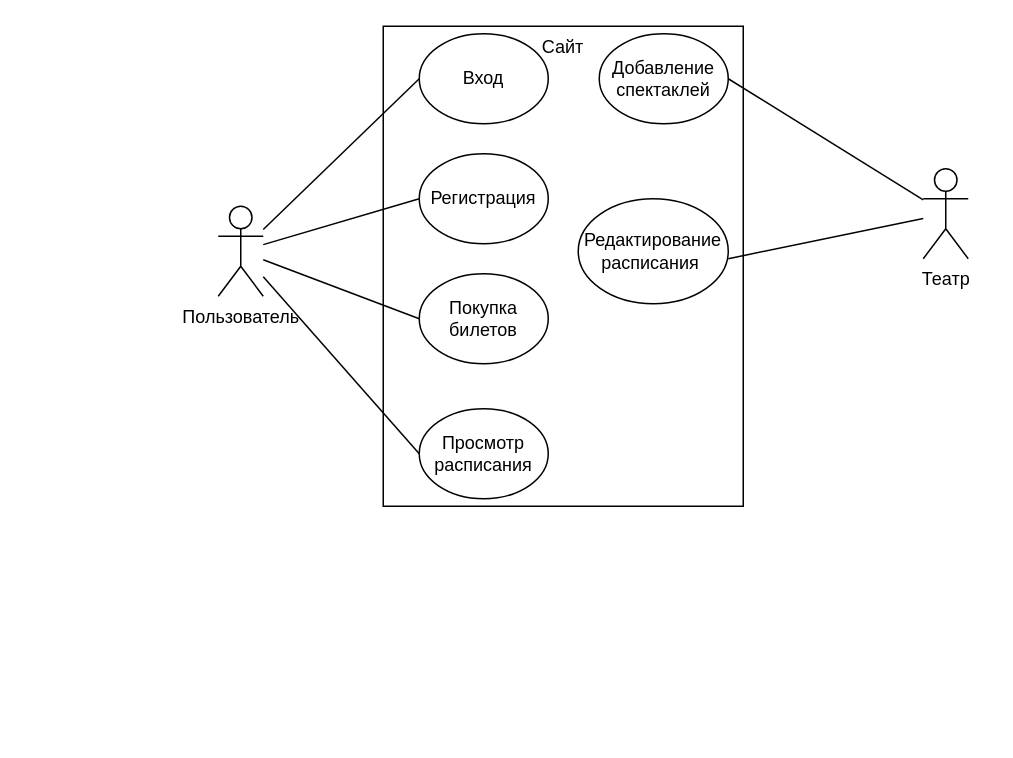
The draw.io diagram src/pract1/User_case.drawio in yarosshest/MIREA-AnalysisOfSystems, before the edit. Source tidied: cells renumbered, new cells numbered last; positions are measured from the earlier drawing's top-left corner, leaving out a move shared by most shapes. Both pictures are drawn from the tidied source at 150%, with x=0, y=0 at pixel (218, 26).
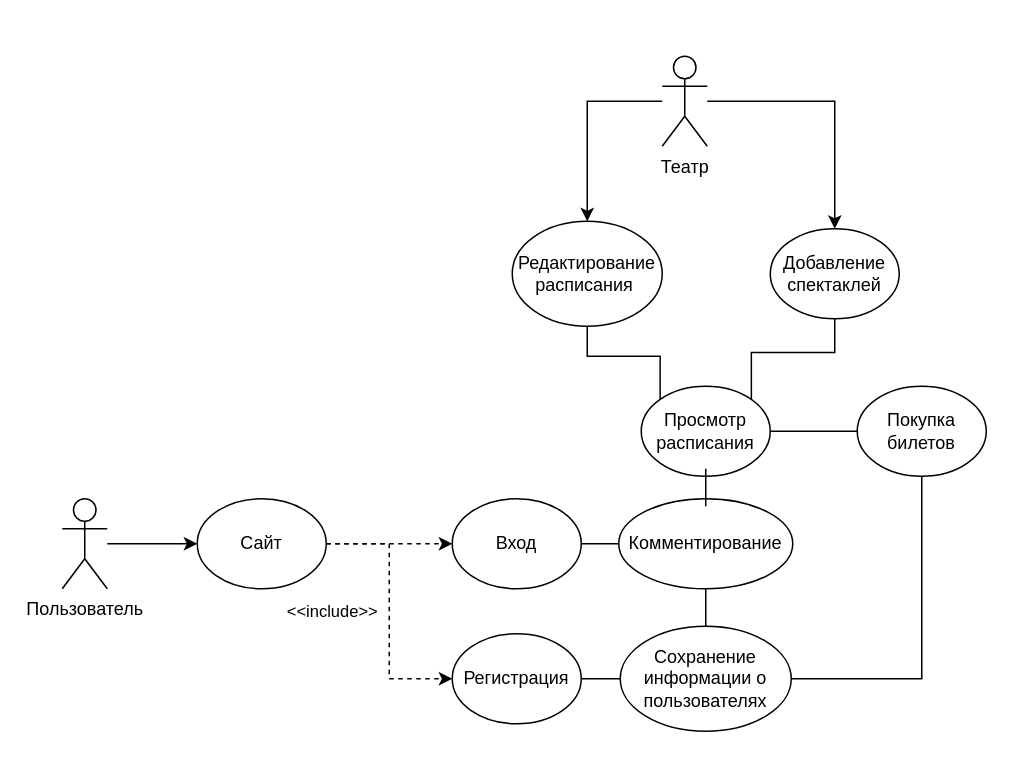
The same diagram, later.

Change to the diagram source:
```diff
@@
-    <mxCell id="2" value="Сайт" style="rounded=0;whiteSpace=wrap;html=1;fillColor=none;align=center;horizontal=1;verticalAlign=top;" parent="1" vertex="1">
-      <mxGeometry x="110" width="240" height="320" as="geometry" />
-    </mxCell>
+    <mxCell id="17" style="edgeStyle=orthogonalEdgeStyle;rounded=0;jettySize=auto;html=1;entryX=0.5;entryY=0;entryDx=0;entryDy=0;" parent="1" edge="1" source="3" target="4">
+      <mxGeometry relative="1" as="geometry" />
+    </mxCell>
+    <mxCell id="18" style="edgeStyle=orthogonalEdgeStyle;rounded=0;jettySize=auto;html=1;entryX=0.5;entryY=0;entryDx=0;entryDy=0;" parent="1" edge="1" source="3" target="5">
+      <mxGeometry relative="1" as="geometry">
+        <Array as="points">
+          <mxPoint x="246" y="50" />
+        </Array>
+      </mxGeometry>
+    </mxCell>
     <mxCell id="3" value="Театр" style="shape=umlActor;verticalLabelPosition=bottom;verticalAlign=top;html=1;outlineConnect=0;fillColor=none;" parent="1" vertex="1">
-      <mxGeometry x="470" y="95" width="30" height="60" as="geometry" />
+      <mxGeometry x="296" y="20" width="30" height="60" as="geometry" />
     </mxCell>
+    <mxCell id="19" style="edgeStyle=orthogonalEdgeStyle;rounded=0;jettySize=auto;html=1;exitX=0.5;exitY=1;exitDx=0;exitDy=0;entryX=1;entryY=0;entryDx=0;entryDy=0;endArrow=none;endFill=0;" parent="1" edge="1" source="4" target="11">
+      <mxGeometry relative="1" as="geometry" />
+    </mxCell>
     <mxCell id="4" value="Добавление спектаклей" style="ellipse;whiteSpace=wrap;html=1;fillColor=none;" parent="1" vertex="1">
-      <mxGeometry x="254" y="5" width="86" height="60" as="geometry" />
+      <mxGeometry x="368" y="135" width="86" height="60" as="geometry" />
     </mxCell>
+    <mxCell id="20" style="edgeStyle=orthogonalEdgeStyle;rounded=0;jettySize=auto;html=1;entryX=0;entryY=0;entryDx=0;entryDy=0;endArrow=none;endFill=0;" parent="1" edge="1" source="5" target="11">
+      <mxGeometry relative="1" as="geometry" />
+    </mxCell>
     <mxCell id="5" value="Редактирование расписания&amp;nbsp;" style="ellipse;whiteSpace=wrap;html=1;fillColor=none;" parent="1" vertex="1">
-      <mxGeometry x="240" y="115" width="100" height="70" as="geometry" />
+      <mxGeometry x="196" y="130" width="100" height="70" as="geometry" />
     </mxCell>
-    <mxCell id="6" style="endArrow=none;html=1;rounded=0;strokeColor=#000000;" parent="1" edge="1" target="3">
-      <mxGeometry relative="1" as="geometry">
-        <mxPoint x="340" y="35" as="sourcePoint" />
-      </mxGeometry>
-    </mxCell>
-    <mxCell id="7" style="endArrow=none;html=1;rounded=0;strokeColor=#000000;" parent="1" edge="1" target="3">
-      <mxGeometry relative="1" as="geometry">
-        <mxPoint x="340" y="155" as="sourcePoint" />
-      </mxGeometry>
-    </mxCell>
+    <mxCell id="21" style="edgeStyle=orthogonalEdgeStyle;rounded=0;jettySize=auto;html=1;exitX=1;exitY=0.5;exitDx=0;exitDy=0;entryX=0;entryY=0.5;entryDx=0;entryDy=0;endArrow=none;endFill=0;" parent="1" edge="1" source="8" target="28">
+      <mxGeometry relative="1" as="geometry" />
+    </mxCell>
     <mxCell id="8" value="Вход" style="ellipse;whiteSpace=wrap;html=1;fillColor=none;" parent="1" vertex="1">
-      <mxGeometry x="134" y="5" width="86" height="60" as="geometry" />
+      <mxGeometry x="156" y="315" width="86" height="60" as="geometry" />
     </mxCell>
+    <mxCell id="22" style="edgeStyle=orthogonalEdgeStyle;rounded=0;jettySize=auto;html=1;entryX=0;entryY=0.5;entryDx=0;entryDy=0;endArrow=none;endFill=0;" parent="1" edge="1" source="9" target="31">
+      <mxGeometry relative="1" as="geometry" />
+    </mxCell>
     <mxCell id="9" value="Регистрация" style="ellipse;whiteSpace=wrap;html=1;fillColor=none;" parent="1" vertex="1">
-      <mxGeometry x="134" y="85" width="86" height="60" as="geometry" />
+      <mxGeometry x="156" y="405" width="86" height="60" as="geometry" />
     </mxCell>
     <mxCell id="10" value="Покупка билетов" style="ellipse;whiteSpace=wrap;html=1;fillColor=none;" parent="1" vertex="1">
-      <mxGeometry x="134" y="165" width="86" height="60" as="geometry" />
+      <mxGeometry x="426" y="240" width="86" height="60" as="geometry" />
     </mxCell>
+    <mxCell id="23" style="edgeStyle=orthogonalEdgeStyle;rounded=0;jettySize=auto;html=1;endArrow=none;endFill=0;" parent="1" edge="1" source="11" target="10">
+      <mxGeometry relative="1" as="geometry" />
+    </mxCell>
     <mxCell id="11" value="Просмотр расписания" style="ellipse;whiteSpace=wrap;html=1;fillColor=none;" parent="1" vertex="1">
-      <mxGeometry x="134" y="255" width="86" height="60" as="geometry" />
+      <mxGeometry x="282" y="240" width="86" height="60" as="geometry" />
     </mxCell>
+    <mxCell id="24" style="edgeStyle=orthogonalEdgeStyle;rounded=0;jettySize=auto;html=1;entryX=0;entryY=0.5;entryDx=0;entryDy=0;" parent="1" edge="1" source="12" target="2">
+      <mxGeometry relative="1" as="geometry" />
+    </mxCell>
     <mxCell id="12" value="Пользователь" style="shape=umlActor;verticalLabelPosition=bottom;verticalAlign=top;html=1;outlineConnect=0;fillColor=none;" parent="1" vertex="1">
-      <mxGeometry y="120" width="30" height="60" as="geometry" />
+      <mxGeometry x="-104" y="315" width="30" height="60" as="geometry" />
     </mxCell>
-    <mxCell id="13" style="endArrow=none;html=1;rounded=0;strokeColor=#000000;exitX=0;exitY=0.5;exitDx=0;exitDy=0;" parent="1" edge="1" source="8" target="12">
-      <mxGeometry relative="1" as="geometry" />
-    </mxCell>
-    <mxCell id="14" style="endArrow=none;html=1;rounded=0;strokeColor=#000000;exitX=0;exitY=0.5;exitDx=0;exitDy=0;" parent="1" edge="1" source="9" target="12">
-      <mxGeometry relative="1" as="geometry" />
-    </mxCell>
-    <mxCell id="15" style="endArrow=none;html=1;rounded=0;strokeColor=#000000;exitX=0;exitY=0.5;exitDx=0;exitDy=0;" parent="1" edge="1" source="10" target="12">
-      <mxGeometry relative="1" as="geometry" />
-    </mxCell>
-    <mxCell id="16" style="endArrow=none;html=1;rounded=0;strokeColor=#000000;exitX=0;exitY=0.5;exitDx=0;exitDy=0;" parent="1" edge="1" source="11" target="12">
-      <mxGeometry relative="1" as="geometry" />
-    </mxCell>
+    <mxCell id="25" value="&amp;lt;&amp;lt;include&amp;gt;&amp;gt;" style="edgeStyle=orthogonalEdgeStyle;rounded=0;jettySize=auto;html=1;entryX=0;entryY=0.5;entryDx=0;entryDy=0;endArrow=classic;endFill=1;dashed=1;" parent="1" edge="1" source="2" target="8">
+      <mxGeometry x="-0.9" y="-45" relative="1" as="geometry" />
+    </mxCell>
+    <mxCell id="26" style="edgeStyle=orthogonalEdgeStyle;rounded=0;jettySize=auto;html=1;entryX=0;entryY=0.5;entryDx=0;entryDy=0;dashed=1;endArrow=classic;endFill=1;" parent="1" edge="1" source="2" target="9">
+      <mxGeometry relative="1" as="geometry" />
+    </mxCell>
+    <mxCell id="2" value="Сайт" style="ellipse;whiteSpace=wrap;html=1;fillColor=none;" parent="1" vertex="1">
+      <mxGeometry x="-14" y="315" width="86" height="60" as="geometry" />
+    </mxCell>
+    <mxCell id="27" style="edgeStyle=orthogonalEdgeStyle;rounded=0;jettySize=auto;html=1;endArrow=none;endFill=0;" parent="1" edge="1" source="28" target="11">
+      <mxGeometry relative="1" as="geometry" />
+    </mxCell>
+    <mxCell id="28" value="Комментирование" style="ellipse;whiteSpace=wrap;html=1;fillColor=none;" parent="1" vertex="1">
+      <mxGeometry x="267" y="315" width="116" height="60" as="geometry" />
+    </mxCell>
+    <mxCell id="29" style="edgeStyle=orthogonalEdgeStyle;rounded=0;jettySize=auto;html=1;entryX=0.5;entryY=1;entryDx=0;entryDy=0;endArrow=none;endFill=0;" parent="1" edge="1" source="31" target="28">
+      <mxGeometry relative="1" as="geometry" />
+    </mxCell>
+    <mxCell id="30" style="edgeStyle=orthogonalEdgeStyle;rounded=0;jettySize=auto;html=1;entryX=0.5;entryY=1;entryDx=0;entryDy=0;endArrow=none;endFill=0;" parent="1" edge="1" source="31" target="10">
+      <mxGeometry relative="1" as="geometry" />
+    </mxCell>
+    <mxCell id="31" value="Сохранение информации о пользователях" style="ellipse;whiteSpace=wrap;html=1;fillColor=none;" parent="1" vertex="1">
+      <mxGeometry x="268" y="400" width="114" height="70" as="geometry" />
+    </mxCell>
```
